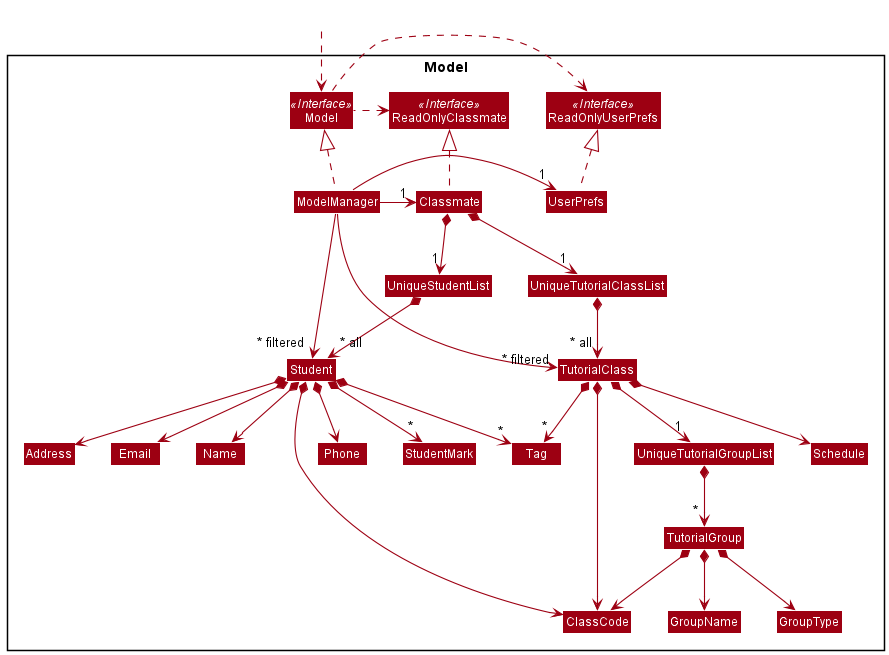
The PlantUML diagram docs/images/ModelClassDiagram.png in nus-cs2103-AY2122S1/tp, before a commit.
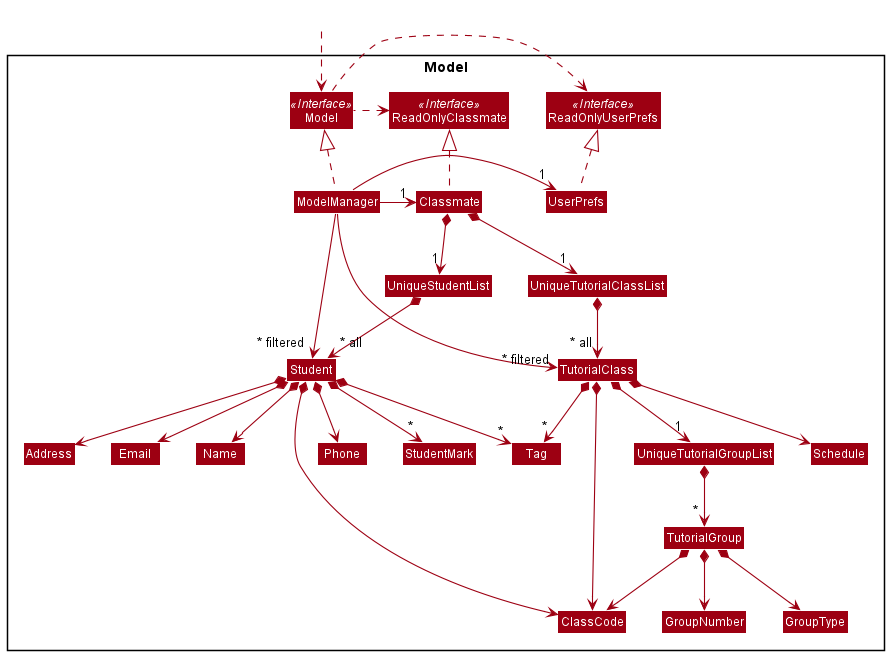
The same diagram one commit later.

Commit message:
Change GroupName to GroupNumber in class diagrams

The edit, as a diff of the source:
```diff
@@ -30,7 +30,7 @@
 Class Tag
 Class ClassCode
 Class Schedule
-Class GroupName
+Class GroupNumber
 Class GroupType
 
 }
@@ -63,7 +63,7 @@
 TutorialClass *--> ClassCode
 TutorialClass *--> "*" Tag
 TutorialClass *--> Schedule
-TutorialGroup *--> GroupName
+TutorialGroup *--> GroupNumber
 TutorialGroup *--> ClassCode
 TutorialGroup *--> GroupType
 
```
